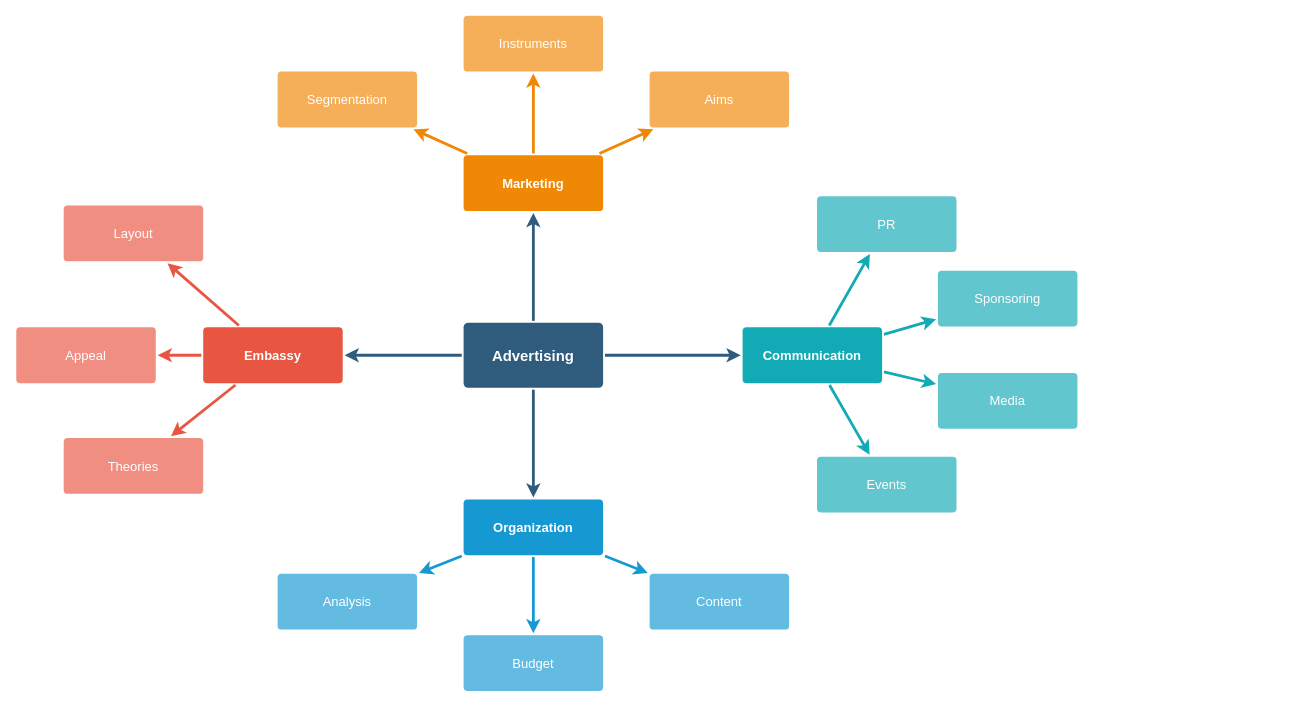
This is psy.drawio from denganliang/drawio_store, a draw.io file, before an edit. Source tidied: cells renumbered, new cells numbered last; positions are measured from the earlier drawing's top-left corner, leaving out a move shared by most shapes. Both pictures are drawn from the tidied source at 93%, with x=0, y=0 at pixel (16, 15).
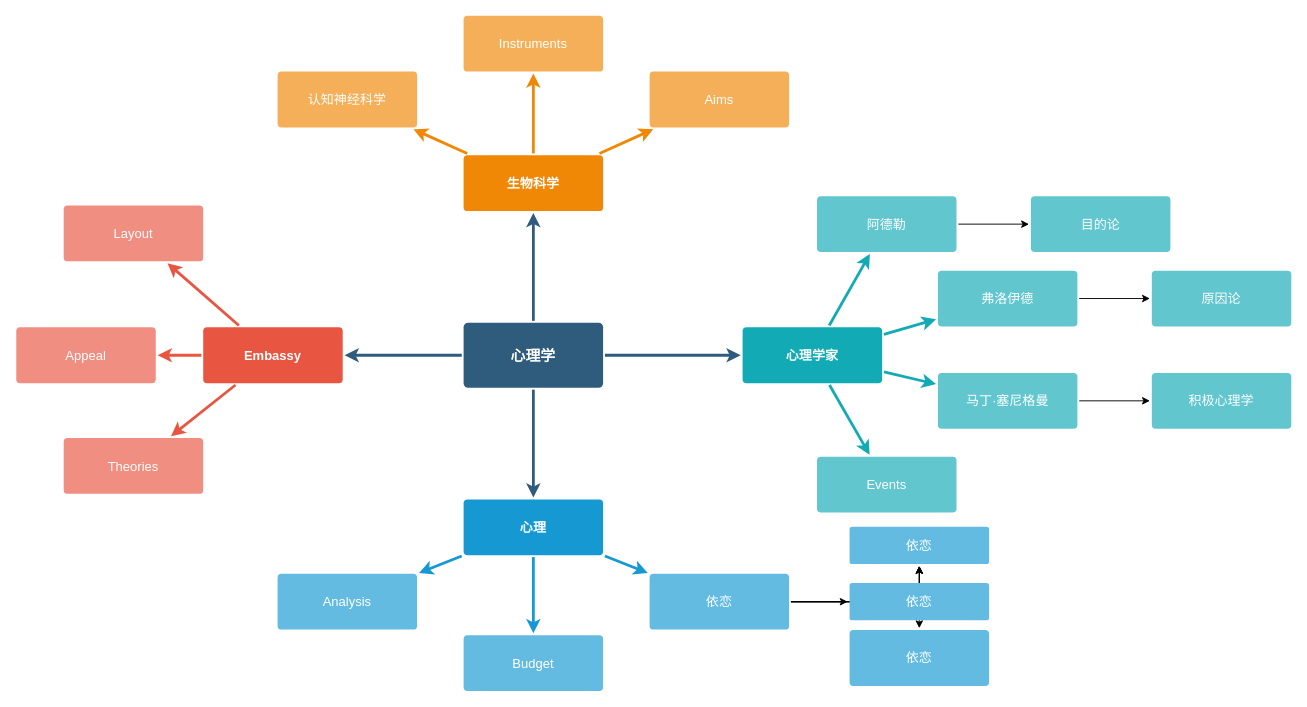
After the change.

Change to the diagram source:
```diff
@@
-    <mxCell id="6" value="Advertising" style="rounded=1;whiteSpace=wrap;html=1;shadow=0;labelBackgroundColor=none;strokeColor=none;strokeWidth=3;fillColor=#2F5B7C;fontFamily=Helvetica;fontSize=16;fontColor=#FFFFFF;align=center;fontStyle=1;spacing=5;arcSize=7;perimeterSpacing=2;" parent="1" vertex="1">
+    <mxCell id="6" value="心理学" style="rounded=1;whiteSpace=wrap;html=1;shadow=0;labelBackgroundColor=none;strokeColor=none;strokeWidth=3;fillColor=#2F5B7C;fontFamily=Helvetica;fontSize=16;fontColor=#FFFFFF;align=center;fontStyle=1;spacing=5;arcSize=7;perimeterSpacing=2;" parent="1" vertex="1">
       <mxGeometry x="481" y="330.5" width="150" height="70" as="geometry" />
     </mxCell>
@@
-    <mxCell id="17" value="Organization" style="rounded=1;whiteSpace=wrap;html=1;shadow=0;labelBackgroundColor=none;strokeColor=none;strokeWidth=3;fillColor=#1699d3;fontFamily=Helvetica;fontSize=14;fontColor=#FFFFFF;align=center;spacing=5;fontStyle=1;arcSize=7;perimeterSpacing=2;" parent="1" vertex="1">
+    <mxCell id="17" value="心理" style="rounded=1;whiteSpace=wrap;html=1;shadow=0;labelBackgroundColor=none;strokeColor=none;strokeWidth=3;fillColor=#1699d3;fontFamily=Helvetica;fontSize=14;fontColor=#FFFFFF;align=center;spacing=5;fontStyle=1;arcSize=7;perimeterSpacing=2;" parent="1" vertex="1">
       <mxGeometry x="481" y="520.5" width="150" height="60" as="geometry" />
     </mxCell>
+    <mxCell id="37" style="edgeStyle=orthogonalEdgeStyle;rounded=0;jettySize=auto;html=1;" parent="1" edge="1" source="18" target="48">
+      <mxGeometry relative="1" as="geometry" />
+    </mxCell>
+    <mxCell id="38" style="edgeStyle=orthogonalEdgeStyle;rounded=0;jettySize=auto;html=1;" parent="1" edge="1" source="18" target="48">
+      <mxGeometry relative="1" as="geometry" />
+    </mxCell>
+    <mxCell id="39" style="edgeStyle=orthogonalEdgeStyle;rounded=0;jettySize=auto;html=1;" parent="1" edge="1" source="18" target="48">
+      <mxGeometry relative="1" as="geometry" />
+    </mxCell>
+    <mxCell id="40" style="edgeStyle=orthogonalEdgeStyle;rounded=0;jettySize=auto;html=1;" parent="1" edge="1" source="18" target="49">
+      <mxGeometry relative="1" as="geometry" />
+    </mxCell>
+    <mxCell id="41" style="edgeStyle=orthogonalEdgeStyle;rounded=0;jettySize=auto;html=1;" parent="1" edge="1" source="18" target="50">
+      <mxGeometry relative="1" as="geometry" />
+    </mxCell>
-    <mxCell id="18" value="Content" style="rounded=1;whiteSpace=wrap;html=1;shadow=0;labelBackgroundColor=none;strokeColor=none;strokeWidth=3;fillColor=#64bbe2;fontFamily=Helvetica;fontSize=14;fontColor=#FFFFFF;align=center;spacing=5;arcSize=7;perimeterSpacing=2;" parent="1" vertex="1">
+    <mxCell id="18" value="依恋" style="rounded=1;whiteSpace=wrap;html=1;shadow=0;labelBackgroundColor=none;strokeColor=none;strokeWidth=3;fillColor=#64bbe2;fontFamily=Helvetica;fontSize=14;fontColor=#FFFFFF;align=center;spacing=5;arcSize=7;perimeterSpacing=2;" parent="1" vertex="1">
       <mxGeometry x="681" y="600.5" width="150" height="60" as="geometry" />
     </mxCell>
@@
-    <mxCell id="21" value="Marketing" style="rounded=1;whiteSpace=wrap;html=1;shadow=0;labelBackgroundColor=none;strokeColor=none;strokeWidth=3;fillColor=#F08705;fontFamily=Helvetica;fontSize=14;fontColor=#FFFFFF;align=center;spacing=5;fontStyle=1;arcSize=7;perimeterSpacing=2;" parent="1" vertex="1">
+    <mxCell id="21" value="生物科学" style="rounded=1;whiteSpace=wrap;html=1;shadow=0;labelBackgroundColor=none;strokeColor=none;strokeWidth=3;fillColor=#F08705;fontFamily=Helvetica;fontSize=14;fontColor=#FFFFFF;align=center;spacing=5;fontStyle=1;arcSize=7;perimeterSpacing=2;" parent="1" vertex="1">
       <mxGeometry x="481" y="150.5" width="150" height="60" as="geometry" />
     </mxCell>
@@
-    <mxCell id="26" value="Segmentation" style="rounded=1;whiteSpace=wrap;html=1;shadow=0;labelBackgroundColor=none;strokeColor=none;strokeWidth=3;fillColor=#f5af58;fontFamily=Helvetica;fontSize=14;fontColor=#FFFFFF;align=center;spacing=5;arcSize=7;perimeterSpacing=2;" parent="1" vertex="1">
+    <mxCell id="26" value="认知神经科学" style="rounded=1;whiteSpace=wrap;html=1;shadow=0;labelBackgroundColor=none;strokeColor=none;strokeWidth=3;fillColor=#f5af58;fontFamily=Helvetica;fontSize=14;fontColor=#FFFFFF;align=center;spacing=5;arcSize=7;perimeterSpacing=2;" parent="1" vertex="1">
       <mxGeometry x="281" y="60.5" width="150" height="60" as="geometry" />
     </mxCell>
@@
-    <mxCell id="28" value="Communication" style="rounded=1;whiteSpace=wrap;html=1;shadow=0;labelBackgroundColor=none;strokeColor=none;strokeWidth=3;fillColor=#12aab5;fontFamily=Helvetica;fontSize=14;fontColor=#FFFFFF;align=center;spacing=5;fontStyle=1;arcSize=7;perimeterSpacing=2;" parent="1" vertex="1">
+    <mxCell id="28" value="心理学家" style="rounded=1;whiteSpace=wrap;html=1;shadow=0;labelBackgroundColor=none;strokeColor=none;strokeWidth=3;fillColor=#12aab5;fontFamily=Helvetica;fontSize=14;fontColor=#FFFFFF;align=center;spacing=5;fontStyle=1;arcSize=7;perimeterSpacing=2;" parent="1" vertex="1">
       <mxGeometry x="781" y="335.5" width="150" height="60" as="geometry" />
     </mxCell>
@@
+    <mxCell id="42" style="edgeStyle=orthogonalEdgeStyle;rounded=0;jettySize=auto;html=1;" parent="1" edge="1" source="31" target="47">
+      <mxGeometry relative="1" as="geometry" />
+    </mxCell>
-    <mxCell id="31" value="Media" style="rounded=1;whiteSpace=wrap;html=1;shadow=0;labelBackgroundColor=none;strokeColor=none;strokeWidth=3;fillColor=#61c6ce;fontFamily=Helvetica;fontSize=14;fontColor=#FFFFFF;align=center;spacing=5;fontStyle=0;arcSize=7;perimeterSpacing=2;" parent="1" vertex="1">
+    <mxCell id="31" value="马丁·塞尼格曼" style="rounded=1;whiteSpace=wrap;html=1;shadow=0;labelBackgroundColor=none;strokeColor=none;strokeWidth=3;fillColor=#61c6ce;fontFamily=Helvetica;fontSize=14;fontColor=#FFFFFF;align=center;spacing=5;fontStyle=0;arcSize=7;perimeterSpacing=2;" parent="1" vertex="1">
       <mxGeometry x="991" y="384.5" width="150" height="60" as="geometry" />
     </mxCell>
@@
+    <mxCell id="43" style="edgeStyle=orthogonalEdgeStyle;rounded=0;jettySize=auto;html=1;" parent="1" edge="1" source="33" target="46">
+      <mxGeometry relative="1" as="geometry" />
+    </mxCell>
-    <mxCell id="33" value="Sponsoring" style="rounded=1;whiteSpace=wrap;html=1;shadow=0;labelBackgroundColor=none;strokeColor=none;strokeWidth=3;fillColor=#61c6ce;fontFamily=Helvetica;fontSize=14;fontColor=#FFFFFF;align=center;spacing=5;fontStyle=0;arcSize=7;perimeterSpacing=2;" parent="1" vertex="1">
+    <mxCell id="33" value="弗洛伊德" style="rounded=1;whiteSpace=wrap;html=1;shadow=0;labelBackgroundColor=none;strokeColor=none;strokeWidth=3;fillColor=#61c6ce;fontFamily=Helvetica;fontSize=14;fontColor=#FFFFFF;align=center;spacing=5;fontStyle=0;arcSize=7;perimeterSpacing=2;" parent="1" vertex="1">
       <mxGeometry x="991" y="274.5" width="150" height="60" as="geometry" />
     </mxCell>
@@
+    <mxCell id="44" style="edgeStyle=orthogonalEdgeStyle;rounded=0;jettySize=auto;html=1;" parent="1" edge="1" source="35" target="45">
+      <mxGeometry relative="1" as="geometry" />
+    </mxCell>
-    <mxCell id="35" value="PR" style="rounded=1;whiteSpace=wrap;html=1;shadow=0;labelBackgroundColor=none;strokeColor=none;strokeWidth=3;fillColor=#61c6ce;fontFamily=Helvetica;fontSize=14;fontColor=#FFFFFF;align=center;spacing=5;fontStyle=0;arcSize=7;perimeterSpacing=2;" parent="1" vertex="1">
+    <mxCell id="35" value="阿德勒" style="rounded=1;whiteSpace=wrap;html=1;shadow=0;labelBackgroundColor=none;strokeColor=none;strokeWidth=3;fillColor=#61c6ce;fontFamily=Helvetica;fontSize=14;fontColor=#FFFFFF;align=center;spacing=5;fontStyle=0;arcSize=7;perimeterSpacing=2;" parent="1" vertex="1">
       <mxGeometry x="861" y="194.5" width="150" height="60" as="geometry" />
     </mxCell>
@@
+    <mxCell id="45" value="目的论" style="rounded=1;whiteSpace=wrap;html=1;shadow=0;labelBackgroundColor=none;strokeColor=none;strokeWidth=3;fillColor=#61c6ce;fontFamily=Helvetica;fontSize=14;fontColor=#FFFFFF;align=center;spacing=5;fontStyle=0;arcSize=7;perimeterSpacing=2;" parent="1" vertex="1">
+      <mxGeometry x="1091" y="194.5" width="150" height="60" as="geometry" />
+    </mxCell>
+    <mxCell id="46" value="原因论" style="rounded=1;whiteSpace=wrap;html=1;shadow=0;labelBackgroundColor=none;strokeColor=none;strokeWidth=3;fillColor=#61c6ce;fontFamily=Helvetica;fontSize=14;fontColor=#FFFFFF;align=center;spacing=5;fontStyle=0;arcSize=7;perimeterSpacing=2;" parent="1" vertex="1">
+      <mxGeometry x="1221" y="274.5" width="150" height="60" as="geometry" />
+    </mxCell>
+    <mxCell id="47" value="积极心理学" style="rounded=1;whiteSpace=wrap;html=1;shadow=0;labelBackgroundColor=none;strokeColor=none;strokeWidth=3;fillColor=#61c6ce;fontFamily=Helvetica;fontSize=14;fontColor=#FFFFFF;align=center;spacing=5;fontStyle=0;arcSize=7;perimeterSpacing=2;" parent="1" vertex="1">
+      <mxGeometry x="1221" y="384.5" width="150" height="60" as="geometry" />
+    </mxCell>
+    <mxCell id="48" value="依恋" style="rounded=1;whiteSpace=wrap;html=1;shadow=0;labelBackgroundColor=none;strokeColor=none;strokeWidth=3;fillColor=#64bbe2;fontFamily=Helvetica;fontSize=14;fontColor=#FFFFFF;align=center;spacing=5;arcSize=7;perimeterSpacing=2;" parent="1" vertex="1">
+      <mxGeometry x="896" y="550" width="150" height="40" as="geometry" />
+    </mxCell>
+    <mxCell id="49" value="依恋" style="rounded=1;whiteSpace=wrap;html=1;shadow=0;labelBackgroundColor=none;strokeColor=none;strokeWidth=3;fillColor=#64bbe2;fontFamily=Helvetica;fontSize=14;fontColor=#FFFFFF;align=center;spacing=5;arcSize=7;perimeterSpacing=2;" parent="1" vertex="1">
+      <mxGeometry x="896" y="610.5" width="150" height="40" as="geometry" />
+    </mxCell>
+    <mxCell id="50" value="依恋" style="rounded=1;whiteSpace=wrap;html=1;shadow=0;labelBackgroundColor=none;strokeColor=none;strokeWidth=3;fillColor=#64bbe2;fontFamily=Helvetica;fontSize=14;fontColor=#FFFFFF;align=center;spacing=5;arcSize=7;perimeterSpacing=2;" parent="1" vertex="1">
+      <mxGeometry x="896" y="661" width="150" height="60" as="geometry" />
+    </mxCell>
```
